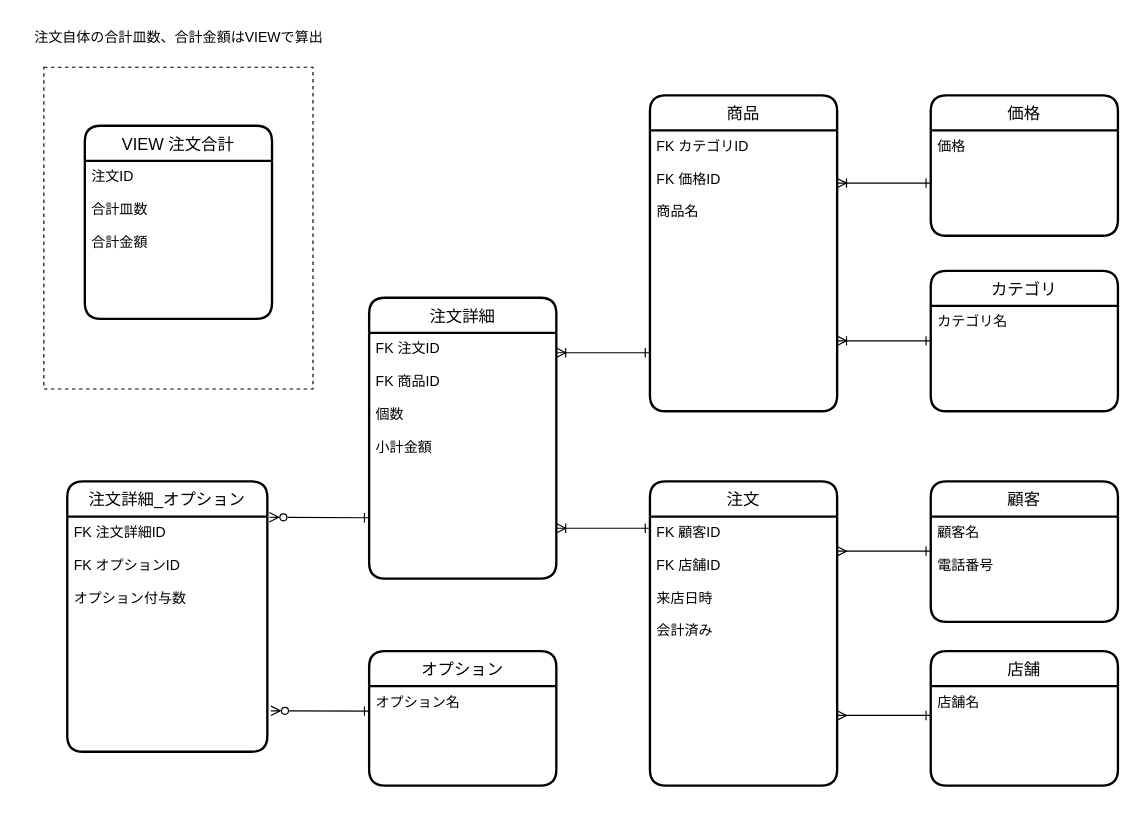
Earlier version of the draw.io diagram db_modeling1/subject1/db_modeling1.drawio (halki117/PrAhaChallenge). Source tidied: cells renumbered, new cells numbered last; positions are measured from the earlier drawing's top-left corner, leaving out a move shared by most shapes. Both pictures are drawn from the tidied source at 117%, with x=0, y=0 at pixel (20, 20).
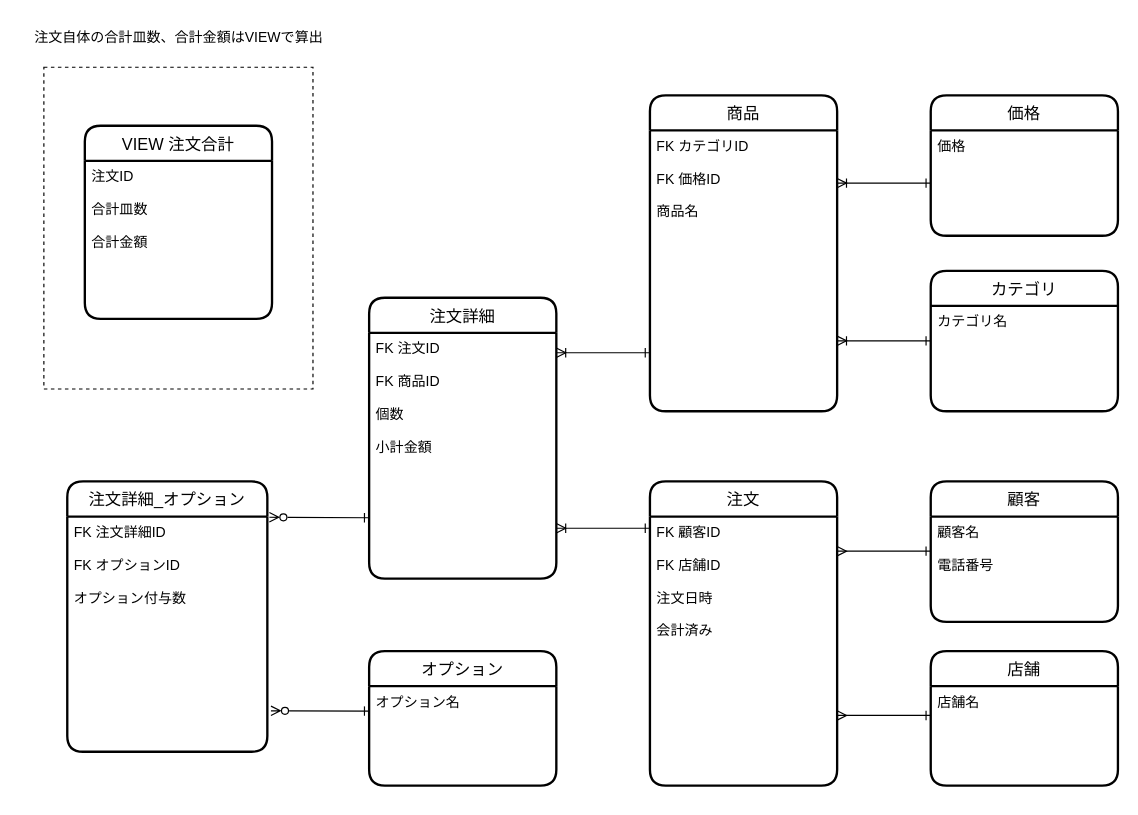
After the change.

Unchanged cells that the change refers to:
```xml
<mxCell id="3" value="注文" style="swimlane;horizontal=1;startSize=30;rounded=1;fontSize=14;fontStyle=0;strokeWidth=2;shadow=0;dashed=0;align=center;" parent="1" vertex="1">
  <mxGeometry x="538" y="394" width="160" height="260" as="geometry" />
</mxCell>
```

What changed in the source:
```diff
@@
-    <mxCell id="5" value="FK 顧客ID&#10;&#10;FK 店舗ID&#10;&#10;来店日時&#10;&#10;会計済み" style="align=left;strokeColor=none;fillColor=none;spacingLeft=4;fontSize=12;verticalAlign=top;" parent="3" vertex="1">
+    <mxCell id="5" value="FK 顧客ID&#10;&#10;FK 店舗ID&#10;&#10;注文日時&#10;&#10;会計済み" style="align=left;strokeColor=none;fillColor=none;spacingLeft=4;fontSize=12;verticalAlign=top;" parent="3" vertex="1">
       <mxGeometry y="30" width="160" height="230" as="geometry" />
     </mxCell>
```
